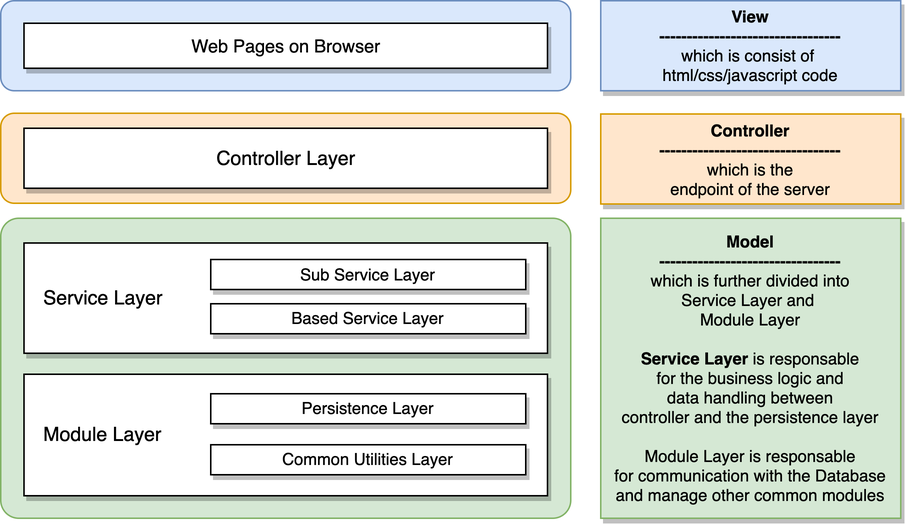
youyinnn/COEN6311_super keeps this draw.io diagram as doc/D3/mvc-arch.png. Above is the earlier version. Source tidied: cells renumbered, new cells last; positions are measured from the earlier drawing's top-left corner, leaving out a move shared by most shapes.
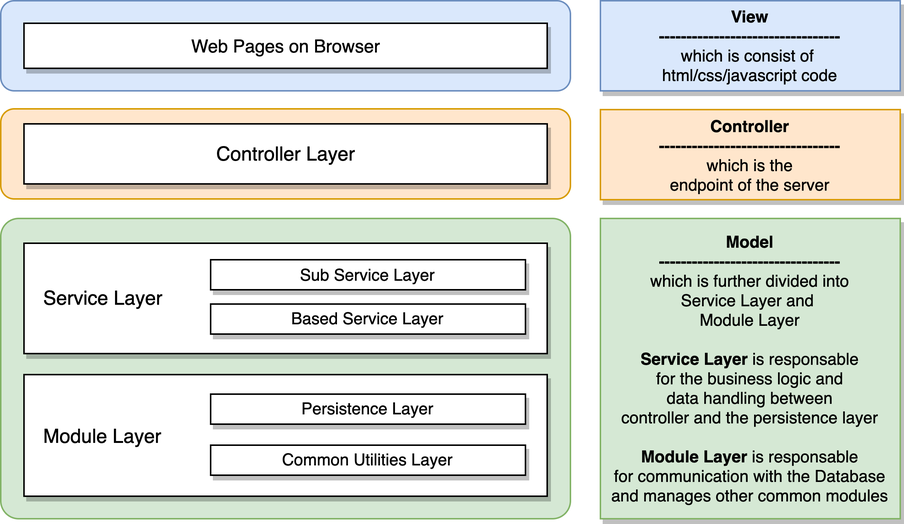
After the commit.

What changed in the source:
```diff
@@ -12,10 +12,10 @@
       <mxGeometry x="15.5" y="15" width="349" height="30" as="geometry" />
     </mxCell>
     <mxCell id="5" style="rounded=1;whiteSpace=wrap;html=1;fontSize=12;fillColor=#ffe6cc;strokeColor=#d79b00;" parent="1" vertex="1">
-      <mxGeometry y="75" width="380" height="60" as="geometry" />
+      <mxGeometry y="72" width="380" height="60" as="geometry" />
     </mxCell>
     <mxCell id="6" value="Controller Layer" style="rounded=0;whiteSpace=wrap;html=1;fontSize=13;gradientColor=none;shadow=1;" parent="1" vertex="1">
-      <mxGeometry x="15.5" y="85" width="349" height="40" as="geometry" />
+      <mxGeometry x="15.5" y="82" width="349" height="40" as="geometry" />
     </mxCell>
     <mxCell id="7" value="&amp;nbsp; &amp;nbsp;Service Layer" style="rounded=0;whiteSpace=wrap;html=1;fontSize=13;gradientColor=none;shadow=1;align=left;" parent="1" vertex="1">
       <mxGeometry x="15.5" y="161.5" width="349" height="73.5" as="geometry" />
@@ -39,9 +39,9 @@
       <mxGeometry x="400" width="200" height="60" as="geometry" />
     </mxCell>
     <mxCell id="14" value="&lt;div&gt;&lt;b&gt;Controller&lt;/b&gt;&lt;/div&gt;&lt;div&gt;&lt;b&gt;---------------------------------&lt;/b&gt;&lt;b&gt;&lt;br&gt;&lt;/b&gt;which is the&lt;/div&gt;&lt;div&gt;endpoint of the server&lt;/div&gt;" style="rounded=0;whiteSpace=wrap;html=1;shadow=1;fontSize=11;align=center;fillColor=#ffe6cc;strokeColor=#d79b00;" parent="1" vertex="1">
-      <mxGeometry x="400" y="75.5" width="200" height="60" as="geometry" />
+      <mxGeometry x="400" y="72.5" width="200" height="60" as="geometry" />
     </mxCell>
-    <mxCell id="15" value="&lt;b&gt;Model&lt;br&gt;&lt;/b&gt;&lt;b&gt;---------------------------------&lt;/b&gt;&lt;br&gt;which is further divided into&lt;br&gt;Service Layer and&amp;nbsp;&lt;br&gt;Module Layer&lt;br&gt;&lt;br&gt;&lt;b&gt;Service Layer&lt;/b&gt; is responsable&lt;br&gt;for the business logic and&lt;br&gt;data handling between&lt;br&gt;controller and the persistence layer&lt;br&gt;&lt;br&gt;Module Layer is responsable&lt;br&gt;for communication with the Database&lt;br&gt;and manage other common modules" style="rounded=0;whiteSpace=wrap;html=1;shadow=1;fontSize=11;align=center;fillColor=#d5e8d4;strokeColor=#82b366;" parent="1" vertex="1">
+    <mxCell id="15" value="&lt;b&gt;Model&lt;br&gt;&lt;/b&gt;&lt;b&gt;---------------------------------&lt;/b&gt;&lt;br&gt;which is further divided into&lt;br&gt;Service Layer and&amp;nbsp;&lt;br&gt;Module Layer&lt;br&gt;&lt;br&gt;&lt;b&gt;Service Layer&lt;/b&gt; is responsable&lt;br&gt;for the business logic and&lt;br&gt;data handling between&lt;br&gt;controller and the persistence layer&lt;br&gt;&lt;br&gt;&lt;b&gt;Module Layer&lt;/b&gt; is responsable&lt;br&gt;for communication with the Database&lt;br&gt;and manages other common modules" style="rounded=0;whiteSpace=wrap;html=1;shadow=1;fontSize=11;align=center;fillColor=#d5e8d4;strokeColor=#82b366;" parent="1" vertex="1">
       <mxGeometry x="400" y="145" width="200" height="200" as="geometry" />
     </mxCell>
   </root>
```
